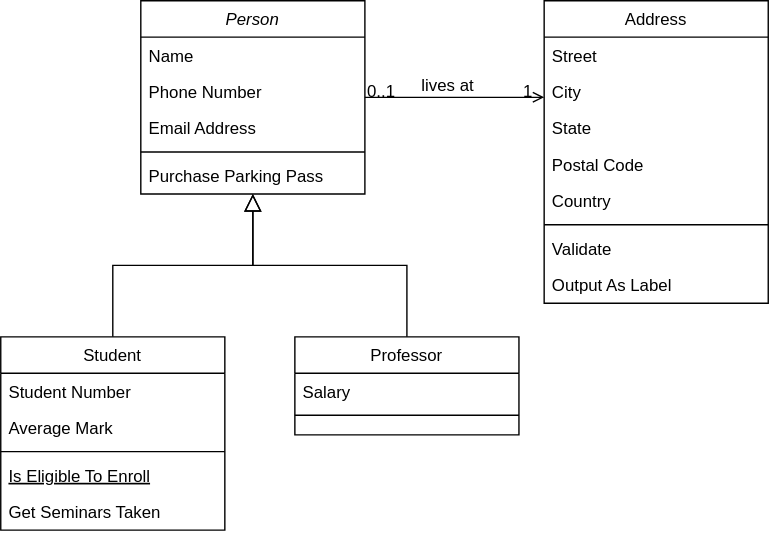
This is Diagram zonder titel.drawio.svg from ChrisBrandhorst/gitbook-test, a draw.io export, as it was before one commit. Source tidied: cells renumbered, new cells last; positions are measured from the earlier drawing's top-left corner, leaving out a move shared by most shapes. Source of this version:
```xml
<mxGraphModel>
  <root>
    <mxCell id="0" />
    <mxCell id="1" parent="0" />
    <mxCell id="2" value="Person" style="swimlane;fontStyle=2;align=center;verticalAlign=top;horizontal=1;startSize=26;rounded=0;shadow=0;strokeWidth=1;" parent="1" vertex="1">
      <mxGeometry x="100" width="160" height="138" as="geometry" />
    </mxCell>
    <mxCell id="3" value="Name" style="text;align=left;verticalAlign=top;spacingLeft=4;spacingRight=4;overflow=hidden;" parent="2" vertex="1">
      <mxGeometry y="26" width="160" height="26" as="geometry" />
    </mxCell>
    <mxCell id="4" value="Phone Number" style="text;align=left;verticalAlign=top;spacingLeft=4;spacingRight=4;overflow=hidden;rounded=0;shadow=0;html=0;" parent="2" vertex="1">
      <mxGeometry y="52" width="160" height="26" as="geometry" />
    </mxCell>
    <mxCell id="5" value="Email Address" style="text;align=left;verticalAlign=top;spacingLeft=4;spacingRight=4;overflow=hidden;rounded=0;shadow=0;html=0;" parent="2" vertex="1">
      <mxGeometry y="78" width="160" height="26" as="geometry" />
    </mxCell>
    <mxCell id="6" style="line;html=1;strokeWidth=1;align=left;verticalAlign=middle;spacingTop=-1;spacingLeft=3;spacingRight=3;labelPosition=right;" parent="2" vertex="1">
      <mxGeometry y="104" width="160" height="8" as="geometry" />
    </mxCell>
    <mxCell id="7" value="Purchase Parking Pass" style="text;align=left;verticalAlign=top;spacingLeft=4;spacingRight=4;overflow=hidden;" parent="2" vertex="1">
      <mxGeometry y="112" width="160" height="26" as="geometry" />
    </mxCell>
    <mxCell id="8" value="Student" style="swimlane;fontStyle=0;align=center;verticalAlign=top;horizontal=1;startSize=26;rounded=0;shadow=0;strokeWidth=1;" parent="1" vertex="1">
      <mxGeometry y="240" width="160" height="138" as="geometry" />
    </mxCell>
    <mxCell id="9" value="Student Number" style="text;align=left;verticalAlign=top;spacingLeft=4;spacingRight=4;overflow=hidden;" parent="8" vertex="1">
      <mxGeometry y="26" width="160" height="26" as="geometry" />
    </mxCell>
    <mxCell id="10" value="Average Mark" style="text;align=left;verticalAlign=top;spacingLeft=4;spacingRight=4;overflow=hidden;rounded=0;shadow=0;html=0;" parent="8" vertex="1">
      <mxGeometry y="52" width="160" height="26" as="geometry" />
    </mxCell>
    <mxCell id="11" style="line;html=1;strokeWidth=1;align=left;verticalAlign=middle;spacingTop=-1;spacingLeft=3;spacingRight=3;labelPosition=right;" parent="8" vertex="1">
      <mxGeometry y="78" width="160" height="8" as="geometry" />
    </mxCell>
    <mxCell id="12" value="Is Eligible To Enroll" style="text;align=left;verticalAlign=top;spacingLeft=4;spacingRight=4;overflow=hidden;fontStyle=4;" parent="8" vertex="1">
      <mxGeometry y="86" width="160" height="26" as="geometry" />
    </mxCell>
    <mxCell id="13" value="Get Seminars Taken" style="text;align=left;verticalAlign=top;spacingLeft=4;spacingRight=4;overflow=hidden;" parent="8" vertex="1">
      <mxGeometry y="112" width="160" height="26" as="geometry" />
    </mxCell>
    <mxCell id="14" style="endArrow=block;endSize=10;endFill=0;shadow=0;strokeWidth=1;rounded=0;edgeStyle=elbowEdgeStyle;elbow=vertical;" parent="1" edge="1" source="8" target="2">
      <mxGeometry relative="1" as="geometry" />
    </mxCell>
    <mxCell id="15" value="Professor" style="swimlane;fontStyle=0;align=center;verticalAlign=top;horizontal=1;startSize=26;rounded=0;shadow=0;strokeWidth=1;" parent="1" vertex="1">
      <mxGeometry x="210" y="240" width="160" height="70" as="geometry" />
    </mxCell>
    <mxCell id="16" value="Salary" style="text;align=left;verticalAlign=top;spacingLeft=4;spacingRight=4;overflow=hidden;" parent="15" vertex="1">
      <mxGeometry y="26" width="160" height="26" as="geometry" />
    </mxCell>
    <mxCell id="17" style="line;html=1;strokeWidth=1;align=left;verticalAlign=middle;spacingTop=-1;spacingLeft=3;spacingRight=3;labelPosition=right;" parent="15" vertex="1">
      <mxGeometry y="52" width="160" height="8" as="geometry" />
    </mxCell>
    <mxCell id="18" style="endArrow=block;endSize=10;endFill=0;shadow=0;strokeWidth=1;rounded=0;edgeStyle=elbowEdgeStyle;elbow=vertical;" parent="1" edge="1" source="15" target="2">
      <mxGeometry relative="1" as="geometry" />
    </mxCell>
    <mxCell id="19" value="Address" style="swimlane;fontStyle=0;align=center;verticalAlign=top;horizontal=1;startSize=26;rounded=0;shadow=0;strokeWidth=1;" parent="1" vertex="1">
      <mxGeometry x="388" width="160" height="216" as="geometry" />
    </mxCell>
    <mxCell id="20" value="Street" style="text;align=left;verticalAlign=top;spacingLeft=4;spacingRight=4;overflow=hidden;" parent="19" vertex="1">
      <mxGeometry y="26" width="160" height="26" as="geometry" />
    </mxCell>
    <mxCell id="21" value="City" style="text;align=left;verticalAlign=top;spacingLeft=4;spacingRight=4;overflow=hidden;rounded=0;shadow=0;html=0;" parent="19" vertex="1">
      <mxGeometry y="52" width="160" height="26" as="geometry" />
    </mxCell>
    <mxCell id="22" value="State" style="text;align=left;verticalAlign=top;spacingLeft=4;spacingRight=4;overflow=hidden;rounded=0;shadow=0;html=0;" parent="19" vertex="1">
      <mxGeometry y="78" width="160" height="26" as="geometry" />
    </mxCell>
    <mxCell id="23" value="Postal Code" style="text;align=left;verticalAlign=top;spacingLeft=4;spacingRight=4;overflow=hidden;rounded=0;shadow=0;html=0;" parent="19" vertex="1">
      <mxGeometry y="104" width="160" height="26" as="geometry" />
    </mxCell>
    <mxCell id="24" value="Country" style="text;align=left;verticalAlign=top;spacingLeft=4;spacingRight=4;overflow=hidden;rounded=0;shadow=0;html=0;" parent="19" vertex="1">
      <mxGeometry y="130" width="160" height="26" as="geometry" />
    </mxCell>
    <mxCell id="25" style="line;html=1;strokeWidth=1;align=left;verticalAlign=middle;spacingTop=-1;spacingLeft=3;spacingRight=3;labelPosition=right;" parent="19" vertex="1">
      <mxGeometry y="156" width="160" height="8" as="geometry" />
    </mxCell>
    <mxCell id="26" value="Validate" style="text;align=left;verticalAlign=top;spacingLeft=4;spacingRight=4;overflow=hidden;" parent="19" vertex="1">
      <mxGeometry y="164" width="160" height="26" as="geometry" />
    </mxCell>
    <mxCell id="27" value="Output As Label" style="text;align=left;verticalAlign=top;spacingLeft=4;spacingRight=4;overflow=hidden;" parent="19" vertex="1">
      <mxGeometry y="190" width="160" height="26" as="geometry" />
    </mxCell>
    <mxCell id="28" style="endArrow=open;shadow=0;strokeWidth=1;rounded=0;endFill=1;edgeStyle=elbowEdgeStyle;elbow=vertical;" parent="1" edge="1" source="2" target="19">
      <mxGeometry x="0.5" y="41" relative="1" as="geometry">
        <mxPoint x="-40" y="32" as="offset" />
      </mxGeometry>
    </mxCell>
    <mxCell id="29" value="0..1" style="align=left;verticalAlign=bottom;labelBackgroundColor=none;fontSize=12;" parent="28" vertex="1">
      <mxGeometry x="-1" relative="1" as="geometry">
        <mxPoint y="4" as="offset" />
      </mxGeometry>
    </mxCell>
    <mxCell id="30" value="1" style="align=right;verticalAlign=bottom;labelBackgroundColor=none;fontSize=12;" parent="28" vertex="1">
      <mxGeometry x="1" relative="1" as="geometry">
        <mxPoint x="-7" y="4" as="offset" />
      </mxGeometry>
    </mxCell>
    <mxCell id="31" value="lives at" style="text;html=1;align=center;verticalAlign=middle;labelBackgroundColor=none;rounded=0;shadow=0;strokeWidth=1;fontSize=12;" parent="28" vertex="1">
      <mxGeometry x="0.5" y="49" relative="1" as="geometry">
        <mxPoint x="-38" y="40" as="offset" />
      </mxGeometry>
    </mxCell>
  </root>
</mxGraphModel>
```
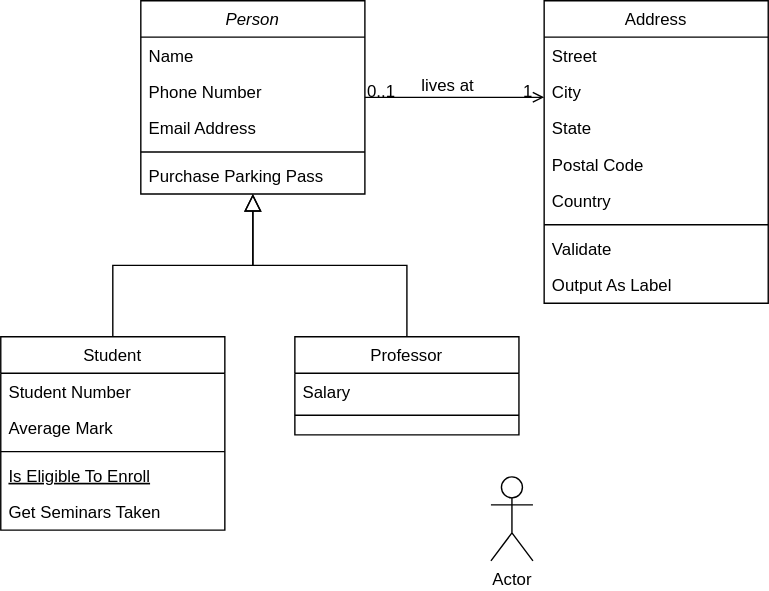
The same file after the commit.

Diff of the diagram source:
```diff
@@ -100,5 +100,8 @@
         <mxPoint x="-38" y="40" as="offset" />
       </mxGeometry>
     </mxCell>
+    <mxCell id="32" value="Actor" style="shape=umlActor;verticalLabelPosition=bottom;verticalAlign=top;html=1;" parent="1" vertex="1">
+      <mxGeometry x="350" y="340" width="30" height="60" as="geometry" />
+    </mxCell>
   </root>
 </mxGraphModel>
```
